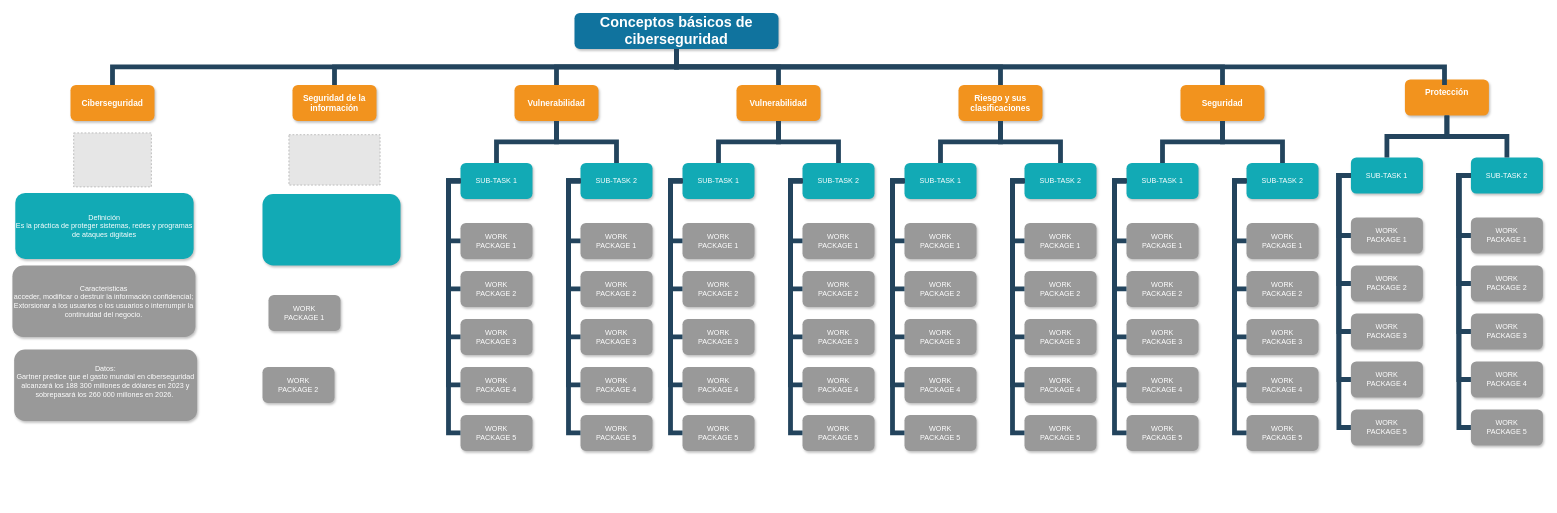
The draw.io diagram page "Page-1" (1 of 2) of Diagrama sin título.drawio in AliOrtega/Diagramas, before the edit. Source tidied: cells renumbered, new cells numbered last; positions are measured from the earlier drawing's top-left corner, leaving out a move shared by most shapes. Both pictures are drawn from the tidied source at 60%, with x=0, y=0 at pixel (12, 13). Pictures stored in the file or linked from it are replaced by grey dashed boxes.
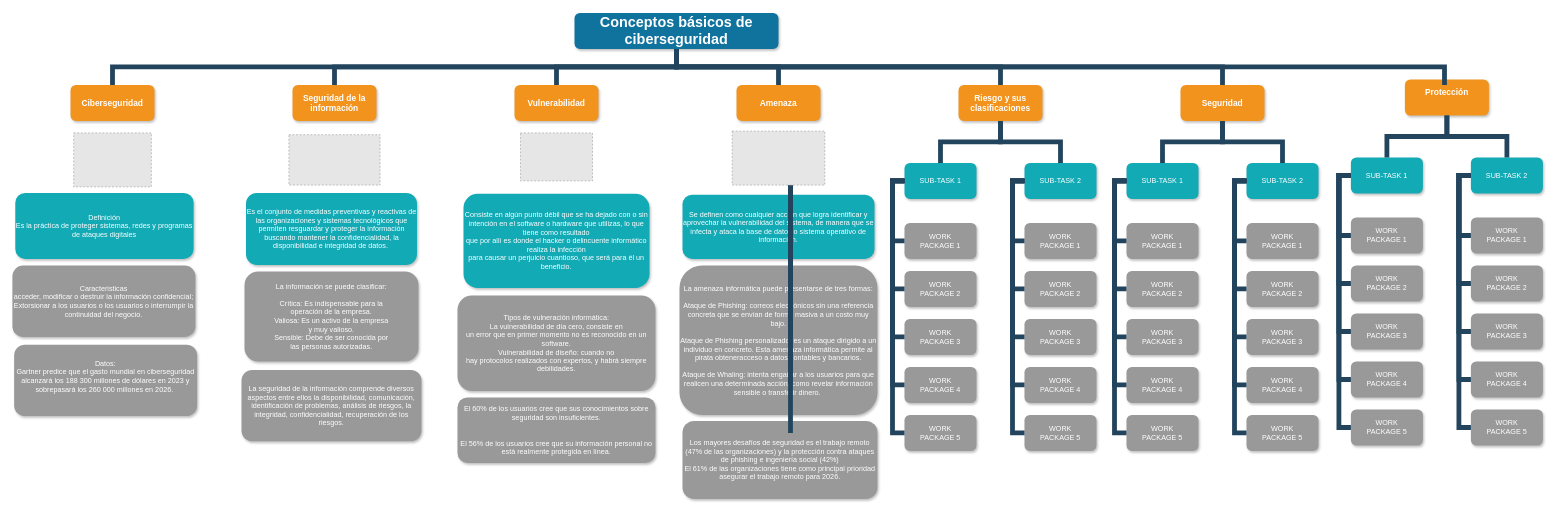
The same diagram, later.

The change refers to these unchanged cells:
```xml
<mxCell id="6" value="Vulnerabilidad" style="whiteSpace=wrap;rounded=1;fillColor=#F2931E;strokeColor=none;shadow=1;fontColor=#FFFFFF;fontStyle=1;fontSize=14;" parent="1" vertex="1">
  <mxGeometry x="837" y="120" width="140" height="60" as="geometry" />
</mxCell>
```

Diff of the diagram source:
```diff
@@
-    <mxCell id="7" value="Vulnerabilidad" style="whiteSpace=wrap;rounded=1;fillColor=#F2931E;strokeColor=none;shadow=1;fontColor=#FFFFFF;fontStyle=1;fontSize=14;" parent="1" vertex="1">
+    <mxCell id="7" value="Amenaza" style="whiteSpace=wrap;rounded=1;fillColor=#F2931E;strokeColor=none;shadow=1;fontColor=#FFFFFF;fontStyle=1;fontSize=14;" parent="1" vertex="1">
       <mxGeometry x="1207" y="120" width="140" height="60" as="geometry" />
     </mxCell>
@@
     <mxCell id="11" value="Datos:&#10;Gartner predice que el gasto mundial en ciberseguridad alcanzará los 188 300 millones de dólares en 2023 y sobrepasará los 260 000 millones en 2026. &#10;" style="whiteSpace=wrap;rounded=1;fillColor=#999999;strokeColor=none;shadow=1;fontColor=#FFFFFF;fontStyle=0;" parent="1" vertex="1">
-      <mxGeometry x="3.1" y="561" width="305" height="119" as="geometry" />
+      <mxGeometry x="3.1" y="553" width="305" height="119" as="geometry" />
     </mxCell>
-    <mxCell id="12" style="whiteSpace=wrap;rounded=1;fillColor=#12AAB5;strokeColor=none;shadow=1;fontColor=#FFFFFF;" parent="1" vertex="1">
-      <mxGeometry x="417" y="302" width="230" height="119" as="geometry" />
+    <mxCell id="12" value="Es el conjunto de medidas preventivas y reactivas de las organizaciones y sistemas tecnológicos que permiten resguardar y proteger la información buscando mantener la confidencialidad, la disponibilidad e integridad de datos. " style="whiteSpace=wrap;rounded=1;fillColor=#12AAB5;strokeColor=none;shadow=1;fontColor=#FFFFFF;" parent="1" vertex="1">
+      <mxGeometry x="389.5" y="300" width="285" height="120" as="geometry" />
     </mxCell>
-    <mxCell id="13" value="WORK&#10;PACKAGE 1" style="whiteSpace=wrap;rounded=1;fillColor=#999999;strokeColor=none;shadow=1;fontColor=#FFFFFF;fontStyle=0;" parent="1" vertex="1">
-      <mxGeometry x="427" y="470" width="120" height="60" as="geometry" />
+    <mxCell id="13" value="La información se puede clasificar:&#10;&#10;Crítica: Es indispensable para la&#10;operación de la empresa.&#10;Valiosa: Es un activo de la empresa&#10;y muy valioso.&#10;Sensible: Debe de ser conocida por&#10;las personas autorizadas." style="whiteSpace=wrap;rounded=1;fillColor=#999999;strokeColor=none;shadow=1;fontColor=#FFFFFF;fontStyle=0;" parent="1" vertex="1">
+      <mxGeometry x="387" y="431" width="290" height="150" as="geometry" />
     </mxCell>
-    <mxCell id="14" value="WORK&#10;PACKAGE 2" style="whiteSpace=wrap;rounded=1;fillColor=#999999;strokeColor=none;shadow=1;fontColor=#FFFFFF;fontStyle=0;" parent="1" vertex="1">
-      <mxGeometry x="417" y="590" width="120" height="60" as="geometry" />
+    <mxCell id="14" value="La seguridad de la información comprende diversos aspectos entre ellos la disponibilidad, comunicación, identificación de problemas, análisis de riesgos, la integridad, confidencialidad, recuperación de los riesgos." style="whiteSpace=wrap;rounded=1;fillColor=#999999;strokeColor=none;shadow=1;fontColor=#FFFFFF;fontStyle=0;" parent="1" vertex="1">
+      <mxGeometry x="382" y="595" width="300" height="119" as="geometry" />
     </mxCell>
-    <mxCell id="15" value="SUB-TASK 1" style="whiteSpace=wrap;rounded=1;fillColor=#12AAB5;strokeColor=none;shadow=1;fontColor=#FFFFFF;" parent="1" vertex="1">
-      <mxGeometry x="747" y="250" width="120" height="60" as="geometry" />
+    <mxCell id="15" value="Consiste en algún punto débil que se ha dejado con o sin&#10;intención en el software o hardware que utilizas, lo que tiene como resultado&#10;que por allí es donde el hacker o delincuente informático realiza la infección&#10;para causar un perjuicio cuantioso, que será para él un beneficio." style="whiteSpace=wrap;rounded=1;fillColor=#12AAB5;strokeColor=none;shadow=1;fontColor=#FFFFFF;" parent="1" vertex="1">
+      <mxGeometry x="752" y="301.5" width="310" height="157" as="geometry" />
     </mxCell>
-    <mxCell id="16" value="SUB-TASK 2" style="whiteSpace=wrap;rounded=1;fillColor=#12AAB5;strokeColor=none;shadow=1;fontColor=#FFFFFF;" parent="1" vertex="1">
-      <mxGeometry x="947" y="250" width="120" height="60" as="geometry" />
-    </mxCell>
-    <mxCell id="17" value="WORK&#10;PACKAGE 1" style="whiteSpace=wrap;rounded=1;fillColor=#999999;strokeColor=none;shadow=1;fontColor=#FFFFFF;fontStyle=0;" parent="1" vertex="1">
-      <mxGeometry x="747" y="350" width="120" height="60" as="geometry" />
+    <mxCell id="17" value="Tipos de vulneración informática:&#10;La vulnerabilidad de día cero, consiste en&#10;un error que en primer momento no es reconocido en un software.&#10;Vulnerabilidad de diseño: cuando no&#10;hay protocolos realizados con expertos, y habrá siempre debilidades." style="whiteSpace=wrap;rounded=1;fillColor=#999999;strokeColor=none;shadow=1;fontColor=#FFFFFF;fontStyle=0;" parent="1" vertex="1">
+      <mxGeometry x="742" y="471" width="330" height="159" as="geometry" />
     </mxCell>
-    <mxCell id="18" value="WORK&#10;PACKAGE 2" style="whiteSpace=wrap;rounded=1;fillColor=#999999;strokeColor=none;shadow=1;fontColor=#FFFFFF;fontStyle=0;" parent="1" vertex="1">
-      <mxGeometry x="747" y="430" width="120" height="60" as="geometry" />
+    <mxCell id="18" value="El 60% de los usuarios cree que sus conocimientos sobre&#10;seguridad son insuficientes.&#10;&#10;&#10;El 56% de los usuarios cree que su información personal no&#10;está realmente protegida en línea." style="whiteSpace=wrap;rounded=1;fillColor=#999999;strokeColor=none;shadow=1;fontColor=#FFFFFF;fontStyle=0;" parent="1" vertex="1">
+      <mxGeometry x="742" y="641" width="330" height="109" as="geometry" />
     </mxCell>
-    <mxCell id="19" value="WORK&#10;PACKAGE 3" style="whiteSpace=wrap;rounded=1;fillColor=#999999;strokeColor=none;shadow=1;fontColor=#FFFFFF;fontStyle=0;" parent="1" vertex="1">
-      <mxGeometry x="747" y="510" width="120" height="60" as="geometry" />
-    </mxCell>
-    <mxCell id="20" value="WORK&#10;PACKAGE 4" style="whiteSpace=wrap;rounded=1;fillColor=#999999;strokeColor=none;shadow=1;fontColor=#FFFFFF;fontStyle=0;" parent="1" vertex="1">
-      <mxGeometry x="747" y="590" width="120" height="60" as="geometry" />
-    </mxCell>
-    <mxCell id="21" value="WORK&#10;PACKAGE 5" style="whiteSpace=wrap;rounded=1;fillColor=#999999;strokeColor=none;shadow=1;fontColor=#FFFFFF;fontStyle=0;" parent="1" vertex="1">
-      <mxGeometry x="747" y="670" width="120" height="60" as="geometry" />
-    </mxCell>
-    <mxCell id="22" value="WORK&#10;PACKAGE 1" style="whiteSpace=wrap;rounded=1;fillColor=#999999;strokeColor=none;shadow=1;fontColor=#FFFFFF;fontStyle=0;" parent="1" vertex="1">
-      <mxGeometry x="947" y="350" width="120" height="60" as="geometry" />
-    </mxCell>
-    <mxCell id="23" value="WORK&#10;PACKAGE 2" style="whiteSpace=wrap;rounded=1;fillColor=#999999;strokeColor=none;shadow=1;fontColor=#FFFFFF;fontStyle=0;" parent="1" vertex="1">
-      <mxGeometry x="947" y="430" width="120" height="60" as="geometry" />
-    </mxCell>
-    <mxCell id="24" value="WORK&#10;PACKAGE 3" style="whiteSpace=wrap;rounded=1;fillColor=#999999;strokeColor=none;shadow=1;fontColor=#FFFFFF;fontStyle=0;" parent="1" vertex="1">
-      <mxGeometry x="947" y="510" width="120" height="60" as="geometry" />
-    </mxCell>
-    <mxCell id="25" value="WORK&#10;PACKAGE 4" style="whiteSpace=wrap;rounded=1;fillColor=#999999;strokeColor=none;shadow=1;fontColor=#FFFFFF;fontStyle=0;" parent="1" vertex="1">
-      <mxGeometry x="947" y="590" width="120" height="60" as="geometry" />
-    </mxCell>
-    <mxCell id="26" value="WORK&#10;PACKAGE 5" style="whiteSpace=wrap;rounded=1;fillColor=#999999;strokeColor=none;shadow=1;fontColor=#FFFFFF;fontStyle=0;" parent="1" vertex="1">
-      <mxGeometry x="947" y="670" width="120" height="60" as="geometry" />
-    </mxCell>
-    <mxCell id="27" style="edgeStyle=elbowEdgeStyle;elbow=horizontal;rounded=0;fontColor=#000000;endArrow=none;endFill=0;strokeWidth=8;strokeColor=#23445D;" parent="1" edge="1" source="15" target="17">
-      <mxGeometry relative="1" as="geometry">
-        <Array as="points">
-          <mxPoint x="727" y="330" />
-        </Array>
-      </mxGeometry>
-    </mxCell>
-    <mxCell id="28" style="edgeStyle=elbowEdgeStyle;elbow=horizontal;rounded=0;fontColor=#000000;endArrow=none;endFill=0;strokeWidth=8;strokeColor=#23445D;" parent="1" edge="1" source="15" target="18">
-      <mxGeometry relative="1" as="geometry">
-        <Array as="points">
-          <mxPoint x="727" y="370" />
-        </Array>
-      </mxGeometry>
-    </mxCell>
-    <mxCell id="29" style="edgeStyle=elbowEdgeStyle;elbow=horizontal;rounded=0;fontColor=#000000;endArrow=none;endFill=0;strokeWidth=8;strokeColor=#23445D;" parent="1" edge="1" source="15" target="21">
-      <mxGeometry relative="1" as="geometry">
-        <Array as="points">
-          <mxPoint x="727" y="500" />
-        </Array>
-      </mxGeometry>
-    </mxCell>
-    <mxCell id="30" style="edgeStyle=elbowEdgeStyle;elbow=horizontal;rounded=0;fontColor=#000000;endArrow=none;endFill=0;strokeWidth=8;strokeColor=#23445D;" parent="1" edge="1" source="15" target="20">
-      <mxGeometry relative="1" as="geometry">
-        <Array as="points">
-          <mxPoint x="727" y="450" />
-        </Array>
-      </mxGeometry>
-    </mxCell>
-    <mxCell id="31" style="edgeStyle=elbowEdgeStyle;elbow=horizontal;rounded=0;fontColor=#000000;endArrow=none;endFill=0;strokeWidth=8;strokeColor=#23445D;" parent="1" edge="1" source="15" target="19">
-      <mxGeometry relative="1" as="geometry">
-        <Array as="points">
-          <mxPoint x="727" y="420" />
-        </Array>
-      </mxGeometry>
-    </mxCell>
-    <mxCell id="32" style="edgeStyle=elbowEdgeStyle;elbow=horizontal;rounded=0;fontColor=#000000;endArrow=none;endFill=0;strokeWidth=8;strokeColor=#23445D;" parent="1" edge="1" source="16" target="22">
-      <mxGeometry relative="1" as="geometry">
-        <Array as="points">
-          <mxPoint x="927" y="330" />
-        </Array>
-      </mxGeometry>
-    </mxCell>
-    <mxCell id="33" style="edgeStyle=elbowEdgeStyle;elbow=horizontal;rounded=0;fontColor=#000000;endArrow=none;endFill=0;strokeWidth=8;strokeColor=#23445D;" parent="1" edge="1" source="16" target="23">
-      <mxGeometry relative="1" as="geometry">
-        <Array as="points">
-          <mxPoint x="927" y="370" />
-        </Array>
-      </mxGeometry>
-    </mxCell>
-    <mxCell id="34" style="edgeStyle=elbowEdgeStyle;elbow=horizontal;rounded=0;fontColor=#000000;endArrow=none;endFill=0;strokeWidth=8;strokeColor=#23445D;" parent="1" edge="1" source="16" target="26">
-      <mxGeometry relative="1" as="geometry">
-        <Array as="points">
-          <mxPoint x="927" y="490" />
-        </Array>
-      </mxGeometry>
-    </mxCell>
-    <mxCell id="35" style="edgeStyle=elbowEdgeStyle;elbow=horizontal;rounded=0;fontColor=#000000;endArrow=none;endFill=0;strokeWidth=8;strokeColor=#23445D;" parent="1" edge="1" source="16" target="25">
-      <mxGeometry relative="1" as="geometry">
-        <Array as="points">
-          <mxPoint x="927" y="450" />
-        </Array>
-      </mxGeometry>
-    </mxCell>
-    <mxCell id="36" style="edgeStyle=elbowEdgeStyle;elbow=horizontal;rounded=0;fontColor=#000000;endArrow=none;endFill=0;strokeWidth=8;strokeColor=#23445D;" parent="1" edge="1" source="16" target="24">
-      <mxGeometry relative="1" as="geometry">
-        <Array as="points">
-          <mxPoint x="927" y="420" />
-        </Array>
-      </mxGeometry>
-    </mxCell>
-    <mxCell id="37" value="SUB-TASK 1" style="whiteSpace=wrap;rounded=1;fillColor=#12AAB5;strokeColor=none;shadow=1;fontColor=#FFFFFF;" parent="1" vertex="1">
-      <mxGeometry x="1117" y="250" width="120" height="60" as="geometry" />
+    <mxCell id="37" value="Se definen como cualquier acción que logra identificar y aprovechar la vulnerabilidad del sistema, de manera que se infecta y ataca la base de datos o sistema operativo de información." style="whiteSpace=wrap;rounded=1;fillColor=#12AAB5;strokeColor=none;shadow=1;fontColor=#FFFFFF;" parent="1" vertex="1">
+      <mxGeometry x="1117" y="303" width="320" height="107" as="geometry" />
     </mxCell>
-    <mxCell id="38" value="SUB-TASK 2" style="whiteSpace=wrap;rounded=1;fillColor=#12AAB5;strokeColor=none;shadow=1;fontColor=#FFFFFF;" parent="1" vertex="1">
-      <mxGeometry x="1317" y="250" width="120" height="60" as="geometry" />
-    </mxCell>
-    <mxCell id="39" value="WORK&#10;PACKAGE 1" style="whiteSpace=wrap;rounded=1;fillColor=#999999;strokeColor=none;shadow=1;fontColor=#FFFFFF;fontStyle=0;" parent="1" vertex="1">
-      <mxGeometry x="1117" y="350" width="120" height="60" as="geometry" />
+    <mxCell id="39" value="La amenaza informática puede presentarse de tres formas:&#10;&#10;Ataque de Phishing: correos electrónicos sin una referencia&#10;concreta que se envían de forma masiva a un costo muy bajo.&#10;&#10;Ataque de Phishing personalizado: es un ataque dirigido a un&#10;individuo en concreto. Esta amenaza informática permite al pirata obteneracceso a datos contables y bancarios.&#10;&#10;Ataque de Whaling: intenta engañar a los usuarios para que&#10;realicen una determinada acción, como revelar información sensible o transferir dinero. " style="whiteSpace=wrap;rounded=1;fillColor=#999999;strokeColor=none;shadow=1;fontColor=#FFFFFF;fontStyle=0;" parent="1" vertex="1">
+      <mxGeometry x="1112" y="421" width="330" height="249" as="geometry" />
     </mxCell>
-    <mxCell id="40" value="WORK&#10;PACKAGE 2" style="whiteSpace=wrap;rounded=1;fillColor=#999999;strokeColor=none;shadow=1;fontColor=#FFFFFF;fontStyle=0;" parent="1" vertex="1">
-      <mxGeometry x="1117" y="430" width="120" height="60" as="geometry" />
+    <mxCell id="40" value="Los mayores desafíos de seguridad es el trabajo remoto (47% de las organizaciones) y la protección contra ataques de phishing e ingeniería social (42%)&#10;El 61% de las organizaciones tiene como principal prioridad asegurar el trabajo remoto para 2026." style="whiteSpace=wrap;rounded=1;fillColor=#999999;strokeColor=none;shadow=1;fontColor=#FFFFFF;fontStyle=0;" parent="1" vertex="1">
+      <mxGeometry x="1117" y="680" width="325" height="130" as="geometry" />
     </mxCell>
-    <mxCell id="41" value="WORK&#10;PACKAGE 3" style="whiteSpace=wrap;rounded=1;fillColor=#999999;strokeColor=none;shadow=1;fontColor=#FFFFFF;fontStyle=0;" parent="1" vertex="1">
-      <mxGeometry x="1117" y="510" width="120" height="60" as="geometry" />
-    </mxCell>
-    <mxCell id="42" value="WORK&#10;PACKAGE 4" style="whiteSpace=wrap;rounded=1;fillColor=#999999;strokeColor=none;shadow=1;fontColor=#FFFFFF;fontStyle=0;" parent="1" vertex="1">
-      <mxGeometry x="1117" y="590" width="120" height="60" as="geometry" />
-    </mxCell>
-    <mxCell id="43" value="WORK&#10;PACKAGE 5" style="whiteSpace=wrap;rounded=1;fillColor=#999999;strokeColor=none;shadow=1;fontColor=#FFFFFF;fontStyle=0;" parent="1" vertex="1">
-      <mxGeometry x="1117" y="670" width="120" height="60" as="geometry" />
-    </mxCell>
-    <mxCell id="44" value="WORK&#10;PACKAGE 1" style="whiteSpace=wrap;rounded=1;fillColor=#999999;strokeColor=none;shadow=1;fontColor=#FFFFFF;fontStyle=0;" parent="1" vertex="1">
-      <mxGeometry x="1317" y="350" width="120" height="60" as="geometry" />
-    </mxCell>
-    <mxCell id="45" value="WORK&#10;PACKAGE 2" style="whiteSpace=wrap;rounded=1;fillColor=#999999;strokeColor=none;shadow=1;fontColor=#FFFFFF;fontStyle=0;" parent="1" vertex="1">
-      <mxGeometry x="1317" y="430" width="120" height="60" as="geometry" />
-    </mxCell>
-    <mxCell id="46" value="WORK&#10;PACKAGE 3" style="whiteSpace=wrap;rounded=1;fillColor=#999999;strokeColor=none;shadow=1;fontColor=#FFFFFF;fontStyle=0;" parent="1" vertex="1">
-      <mxGeometry x="1317" y="510" width="120" height="60" as="geometry" />
-    </mxCell>
-    <mxCell id="47" value="WORK&#10;PACKAGE 4" style="whiteSpace=wrap;rounded=1;fillColor=#999999;strokeColor=none;shadow=1;fontColor=#FFFFFF;fontStyle=0;" parent="1" vertex="1">
-      <mxGeometry x="1317" y="590" width="120" height="60" as="geometry" />
-    </mxCell>
-    <mxCell id="48" value="WORK&#10;PACKAGE 5" style="whiteSpace=wrap;rounded=1;fillColor=#999999;strokeColor=none;shadow=1;fontColor=#FFFFFF;fontStyle=0;" parent="1" vertex="1">
-      <mxGeometry x="1317" y="670" width="120" height="60" as="geometry" />
-    </mxCell>
-    <mxCell id="49" style="edgeStyle=elbowEdgeStyle;elbow=horizontal;rounded=0;fontColor=#000000;endArrow=none;endFill=0;strokeWidth=8;strokeColor=#23445D;" parent="1" edge="1" source="37" target="39">
-      <mxGeometry relative="1" as="geometry">
-        <Array as="points">
-          <mxPoint x="1097" y="330" />
-        </Array>
-      </mxGeometry>
-    </mxCell>
-    <mxCell id="50" style="edgeStyle=elbowEdgeStyle;elbow=horizontal;rounded=0;fontColor=#000000;endArrow=none;endFill=0;strokeWidth=8;strokeColor=#23445D;" parent="1" edge="1" source="37" target="40">
-      <mxGeometry relative="1" as="geometry">
-        <Array as="points">
-          <mxPoint x="1097" y="370" />
-        </Array>
-      </mxGeometry>
-    </mxCell>
-    <mxCell id="51" style="edgeStyle=elbowEdgeStyle;elbow=horizontal;rounded=0;fontColor=#000000;endArrow=none;endFill=0;strokeWidth=8;strokeColor=#23445D;" parent="1" edge="1" source="37" target="43">
-      <mxGeometry relative="1" as="geometry">
-        <Array as="points">
-          <mxPoint x="1097" y="500" />
-        </Array>
-      </mxGeometry>
-    </mxCell>
-    <mxCell id="52" style="edgeStyle=elbowEdgeStyle;elbow=horizontal;rounded=0;fontColor=#000000;endArrow=none;endFill=0;strokeWidth=8;strokeColor=#23445D;" parent="1" edge="1" source="37" target="42">
-      <mxGeometry relative="1" as="geometry">
-        <Array as="points">
-          <mxPoint x="1097" y="450" />
-        </Array>
-      </mxGeometry>
-    </mxCell>
-    <mxCell id="53" style="edgeStyle=elbowEdgeStyle;elbow=horizontal;rounded=0;fontColor=#000000;endArrow=none;endFill=0;strokeWidth=8;strokeColor=#23445D;" parent="1" edge="1" source="37" target="41">
-      <mxGeometry relative="1" as="geometry">
-        <Array as="points">
-          <mxPoint x="1097" y="420" />
-        </Array>
-      </mxGeometry>
-    </mxCell>
-    <mxCell id="54" style="edgeStyle=elbowEdgeStyle;elbow=horizontal;rounded=0;fontColor=#000000;endArrow=none;endFill=0;strokeWidth=8;strokeColor=#23445D;" parent="1" edge="1" source="38" target="44">
+    <mxCell id="54" style="edgeStyle=elbowEdgeStyle;elbow=horizontal;rounded=0;fontColor=#000000;endArrow=none;endFill=0;strokeWidth=8;strokeColor=#23445D;" parent="1" edge="1">
       <mxGeometry relative="1" as="geometry">
+        <mxPoint x="1317" y="280" as="sourcePoint" />
+        <mxPoint x="1297" y="380" as="targetPoint" />
         <Array as="points">
           <mxPoint x="1297" y="330" />
         </Array>
       </mxGeometry>
     </mxCell>
-    <mxCell id="55" style="edgeStyle=elbowEdgeStyle;elbow=horizontal;rounded=0;fontColor=#000000;endArrow=none;endFill=0;strokeWidth=8;strokeColor=#23445D;" parent="1" edge="1" source="38" target="45">
+    <mxCell id="55" style="edgeStyle=elbowEdgeStyle;elbow=horizontal;rounded=0;fontColor=#000000;endArrow=none;endFill=0;strokeWidth=8;strokeColor=#23445D;" parent="1" edge="1">
       <mxGeometry relative="1" as="geometry">
+        <mxPoint x="1317" y="280" as="sourcePoint" />
+        <mxPoint x="1297" y="460" as="targetPoint" />
         <Array as="points">
           <mxPoint x="1297" y="370" />
         </Array>
       </mxGeometry>
     </mxCell>
-    <mxCell id="56" style="edgeStyle=elbowEdgeStyle;elbow=horizontal;rounded=0;fontColor=#000000;endArrow=none;endFill=0;strokeWidth=8;strokeColor=#23445D;" parent="1" edge="1" source="38" target="48">
+    <mxCell id="56" style="edgeStyle=elbowEdgeStyle;elbow=horizontal;rounded=0;fontColor=#000000;endArrow=none;endFill=0;strokeWidth=8;strokeColor=#23445D;" parent="1" edge="1">
       <mxGeometry relative="1" as="geometry">
+        <mxPoint x="1317" y="280" as="sourcePoint" />
+        <mxPoint x="1297" y="700" as="targetPoint" />
         <Array as="points">
           <mxPoint x="1297" y="490" />
         </Array>
       </mxGeometry>
     </mxCell>
-    <mxCell id="57" style="edgeStyle=elbowEdgeStyle;elbow=horizontal;rounded=0;fontColor=#000000;endArrow=none;endFill=0;strokeWidth=8;strokeColor=#23445D;" parent="1" edge="1" source="38" target="47">
+    <mxCell id="57" style="edgeStyle=elbowEdgeStyle;elbow=horizontal;rounded=0;fontColor=#000000;endArrow=none;endFill=0;strokeWidth=8;strokeColor=#23445D;" parent="1" edge="1">
       <mxGeometry relative="1" as="geometry">
+        <mxPoint x="1317" y="280" as="sourcePoint" />
+        <mxPoint x="1297" y="620" as="targetPoint" />
         <Array as="points">
           <mxPoint x="1297" y="450" />
         </Array>
       </mxGeometry>
     </mxCell>
-    <mxCell id="58" style="edgeStyle=elbowEdgeStyle;elbow=horizontal;rounded=0;fontColor=#000000;endArrow=none;endFill=0;strokeWidth=8;strokeColor=#23445D;" parent="1" edge="1" source="38" target="46">
+    <mxCell id="58" style="edgeStyle=elbowEdgeStyle;elbow=horizontal;rounded=0;fontColor=#000000;endArrow=none;endFill=0;strokeWidth=8;strokeColor=#23445D;" parent="1" edge="1">
       <mxGeometry relative="1" as="geometry">
+        <mxPoint x="1317" y="280" as="sourcePoint" />
+        <mxPoint x="1297" y="540" as="targetPoint" />
         <Array as="points">
           <mxPoint x="1297" y="420" />
         </Array>
       </mxGeometry>
     </mxCell>
@@
-    <mxCell id="103" style="edgeStyle=elbowEdgeStyle;elbow=vertical;rounded=0;fontColor=#000000;endArrow=none;endFill=0;strokeWidth=8;strokeColor=#23445D;" parent="1" edge="1" source="6" target="15">
-      <mxGeometry relative="1" as="geometry" />
-    </mxCell>
-    <mxCell id="104" style="edgeStyle=elbowEdgeStyle;elbow=vertical;rounded=0;fontColor=#000000;endArrow=none;endFill=0;strokeWidth=8;strokeColor=#23445D;" parent="1" edge="1" source="6" target="16">
-      <mxGeometry relative="1" as="geometry" />
-    </mxCell>
-    <mxCell id="105" style="edgeStyle=elbowEdgeStyle;elbow=vertical;rounded=0;fontColor=#000000;endArrow=none;endFill=0;strokeWidth=8;strokeColor=#23445D;" parent="1" edge="1" source="7" target="37">
-      <mxGeometry relative="1" as="geometry" />
-    </mxCell>
-    <mxCell id="106" style="edgeStyle=elbowEdgeStyle;elbow=vertical;rounded=0;fontColor=#000000;endArrow=none;endFill=0;strokeWidth=8;strokeColor=#23445D;" parent="1" edge="1" source="7" target="38">
-      <mxGeometry relative="1" as="geometry" />
-    </mxCell>
@@
+    <mxCell id="145" style="fillColor=#E6E6E6;strokeColor=#999999;dashed=1;verticalLabelPosition=bottom;labelBackgroundColor=default;verticalAlign=top;" parent="1" vertex="1">
+      <mxGeometry x="847" y="200" width="120" height="80" as="geometry" />
+    </mxCell>
+    <mxCell id="146" style="fillColor=#E6E6E6;strokeColor=#999999;dashed=1;verticalLabelPosition=bottom;labelBackgroundColor=default;verticalAlign=top;" parent="1" vertex="1">
+      <mxGeometry x="1199.8" y="197" width="154.4" height="90" as="geometry" />
+    </mxCell>
```
